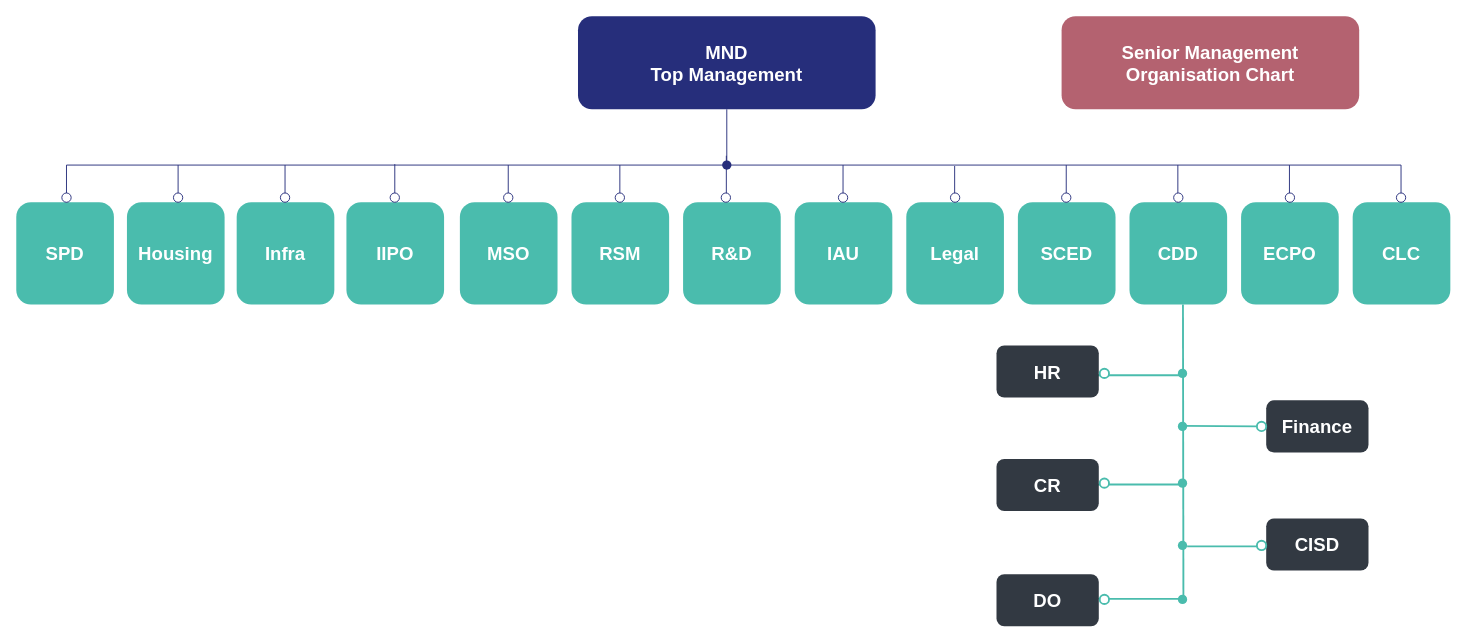
Earlier version of the draw.io diagram Org Chart Diagram.drawio (sascriterion/workshop_template). Source tidied: cells renumbered, new cells numbered last; positions are measured from the earlier drawing's top-left corner, leaving out a move shared by most shapes. Both pictures are drawn from the tidied source at 93%, with x=0, y=0 at pixel (16, 16).
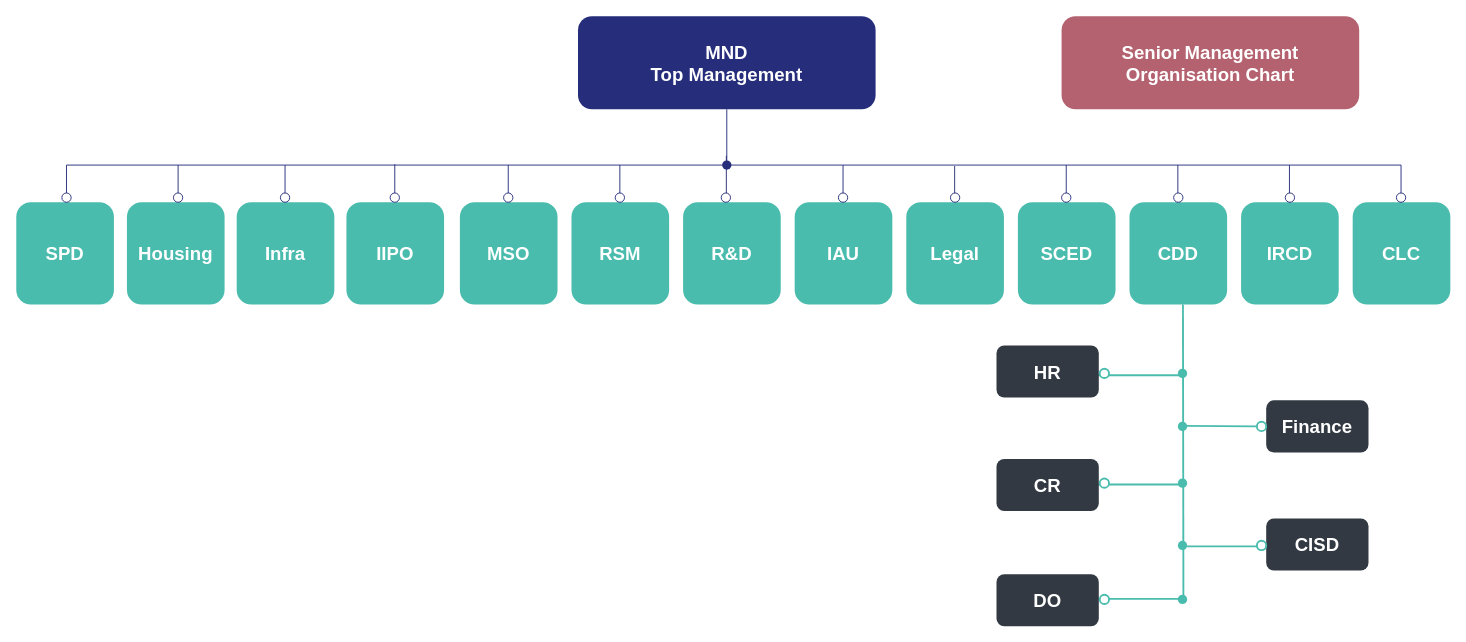
The same diagram, later.

What changed in the source:
```diff
@@
-    <mxCell id="46" value="&lt;font color=&quot;#ffffff&quot;&gt;&lt;span style=&quot;font-size: 20px;&quot;&gt;&lt;b&gt;ECPO&lt;/b&gt;&lt;/span&gt;&lt;/font&gt;" style="rounded=1;whiteSpace=wrap;html=1;fillColor=#4abcad;strokeColor=none;" parent="1" vertex="1">
+    <mxCell id="46" value="&lt;font color=&quot;#ffffff&quot;&gt;&lt;span style=&quot;font-size: 20px;&quot;&gt;&lt;b&gt;IRCD&lt;/b&gt;&lt;/span&gt;&lt;/font&gt;" style="rounded=1;whiteSpace=wrap;html=1;fillColor=#4abcad;strokeColor=none;" parent="1" vertex="1">
       <mxGeometry x="1317" y="200" width="105" height="110" as="geometry" />
     </mxCell>
```
